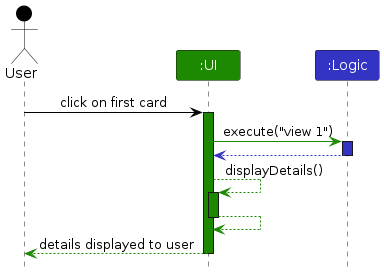
Before: diagrams/SelectViewSequenceDiagram.png, a diagram exported from PlantUML (AY2324S1-CS2103T-W17-2/tp). Its source is kept beside it as diagrams/SelectViewSequenceDiagram.puml. Source of this version:
```plantuml
@startuml
!include style.puml
skinparam ArrowFontStyle plain

Actor User as user USER_COLOR
Participant ":UI" as ui UI_COLOR
Participant ":Logic" as logic LOGIC_COLOR

user -[USER_COLOR]> ui : click on first card
activate ui UI_COLOR

ui -[UI_COLOR]> logic : execute("view 1")
activate logic LOGIC_COLOR

logic --[LOGIC_COLOR]> ui
deactivate logic

ui--[UI_COLOR]> ui : displayDetails()
activate ui UI_COLOR

ui --[UI_COLOR]> ui
deactivate ui

ui--[UI_COLOR]> user : details displayed to user
deactivate ui
@enduml
```
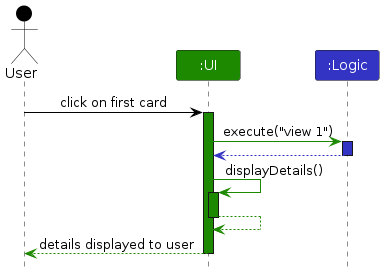
After the change.

The edit, as a diff of the source:
```diff
@@ -15,7 +15,7 @@
 logic --[LOGIC_COLOR]> ui
 deactivate logic
 
-ui--[UI_COLOR]> ui : displayDetails()
+ui -[UI_COLOR]> ui : displayDetails()
 activate ui UI_COLOR
 
 ui --[UI_COLOR]> ui
```
